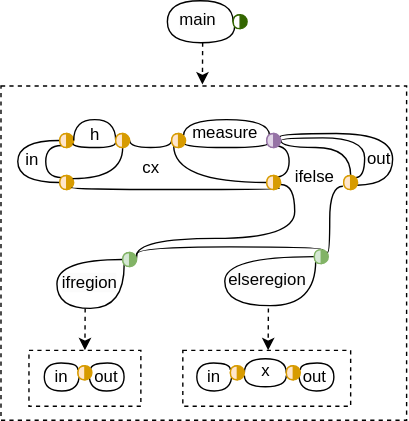
lmondada/dphil-thesis keeps this draw.io diagram as assets/svg/minir-graph-2.svg. Above is the earlier version. Source tidied: cells renumbered, new cells last; positions are measured from the earlier drawing's top-left corner, leaving out a move shared by most shapes.
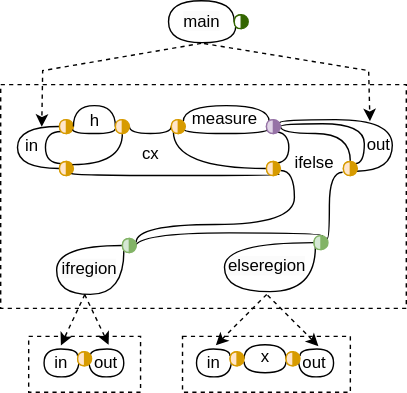
After the change.

Diff of the diagram source:
```diff
@@ -54,7 +54,7 @@
       <mxGeometry x="52" y="81" width="30" height="30" as="geometry" />
     </mxCell>
     <mxCell id="13" style="rounded=0;whiteSpace=wrap;html=1;fillColor=none;dashed=1;" parent="1" vertex="1">
-      <mxGeometry y="61" width="290" height="239" as="geometry" />
+      <mxGeometry y="70" width="290" height="160" as="geometry" />
     </mxCell>
     <mxCell id="14" style="ellipse;whiteSpace=wrap;html=1;fillColor=#D79B00;strokeColor=#d79b00;" parent="1" vertex="1">
       <mxGeometry x="42" y="95" width="10" height="10" as="geometry" />
@@ -247,29 +247,29 @@
         </Array>
       </mxGeometry>
     </mxCell>
-    <mxCell id="41" style="edgeStyle=orthogonalEdgeStyle;rounded=0;orthogonalLoop=1;jettySize=auto;html=1;exitX=0.5;exitY=1;exitDx=0;exitDy=0;dashed=1;" parent="1" edge="1">
+    <mxCell id="41" style="rounded=0;jettySize=auto;html=1;exitX=0.5;exitY=1;exitDx=0;exitDy=0;dashed=1;entryX=0.501;entryY=0.082;entryDx=0;entryDy=0;entryPerimeter=0;" parent="1" edge="1" target="8">
       <mxGeometry relative="1" as="geometry">
         <mxPoint x="60.2" y="220" as="sourcePoint" />
-        <mxPoint x="60" y="250" as="targetPoint" />
       </mxGeometry>
     </mxCell>
     <mxCell id="42" value="&lt;span style=&quot;color: rgb(0, 0, 0); font-family: Helvetica; font-size: 12px; font-style: normal; font-variant-ligatures: normal; font-variant-caps: normal; font-weight: 400; letter-spacing: normal; orphans: 2; text-align: center; text-indent: 0px; text-transform: none; widows: 2; word-spacing: 0px; -webkit-text-stroke-width: 0px; white-space: normal; background-color: rgb(251, 251, 251); text-decoration-thickness: initial; text-decoration-style: initial; text-decoration-color: initial; float: none; display: inline !important;&quot;&gt;main&lt;/span&gt;" style="text;whiteSpace=wrap;html=1;" parent="1" vertex="1">
-      <mxGeometry x="126" width="50" height="30" as="geometry" />
+      <mxGeometry x="129" y="11" width="50" height="30" as="geometry" />
     </mxCell>
     <mxCell id="43" style="endArrow=none;html=1;rounded=0;edgeStyle=orthogonalEdgeStyle;curved=1;exitX=1;exitY=0.5;exitDx=0;exitDy=0;exitPerimeter=0;entryX=0.784;entryY=0.835;entryDx=0;entryDy=0;entryPerimeter=0;" parent="1" edge="1" source="55" target="55">
       <mxGeometry relative="1" as="geometry">
         <Array as="points">
-          <mxPoint x="166" />
-          <mxPoint x="119" />
-          <mxPoint x="119" y="30" />
-          <mxPoint x="167" y="30" />
+          <mxPoint x="167" y="10" />
+          <mxPoint x="120" y="10" />
+          <mxPoint x="120" y="40" />
+          <mxPoint x="168" y="40" />
         </Array>
       </mxGeometry>
     </mxCell>
-    <mxCell id="44" style="edgeStyle=orthogonalEdgeStyle;rounded=0;orthogonalLoop=1;jettySize=auto;html=1;exitX=0.5;exitY=1;exitDx=0;exitDy=0;dashed=1;" parent="1" edge="1">
+    <mxCell id="44" style="rounded=0;jettySize=auto;html=1;exitX=0.286;exitY=0.984;exitDx=0;exitDy=0;dashed=1;entryX=0.745;entryY=0.037;entryDx=0;entryDy=0;entryPerimeter=0;exitPerimeter=0;" parent="1" edge="1" source="42" target="18">
       <mxGeometry relative="1" as="geometry">
-        <mxPoint x="144.2" y="30" as="sourcePoint" />
-        <mxPoint x="144" y="60" as="targetPoint" />
+        <Array as="points">
+          <mxPoint x="30" y="60" />
+        </Array>
       </mxGeometry>
     </mxCell>
     <mxCell id="45" style="ellipse;whiteSpace=wrap;html=1;fillColor=#D79B00;strokeColor=#D79B00;" parent="1" vertex="1">
@@ -328,17 +328,17 @@
         </Array>
       </mxGeometry>
     </mxCell>
-    <mxCell id="53" style="edgeStyle=orthogonalEdgeStyle;rounded=0;orthogonalLoop=1;jettySize=auto;html=1;exitX=0.5;exitY=1;exitDx=0;exitDy=0;dashed=1;" parent="1" edge="1">
+    <mxCell id="53" style="rounded=0;orthogonalLoop=1;jettySize=auto;html=1;exitX=0.5;exitY=1;exitDx=0;exitDy=0;dashed=1;entryX=0.594;entryY=0.081;entryDx=0;entryDy=0;entryPerimeter=0;" parent="1" edge="1">
       <mxGeometry relative="1" as="geometry">
-        <mxPoint x="191.2" y="220" as="sourcePoint" />
-        <mxPoint x="191" y="250" as="targetPoint" />
+        <mxPoint x="190.2" y="220" as="sourcePoint" />
+        <mxPoint x="153.8" y="256.4" as="targetPoint" />
       </mxGeometry>
     </mxCell>
     <mxCell id="54" style="ellipse;whiteSpace=wrap;html=1;fillColor=#336600;strokeColor=#336600;" parent="1" vertex="1">
-      <mxGeometry x="166" y="10" width="10" height="10" as="geometry" />
+      <mxGeometry x="167" y="20" width="10" height="10" as="geometry" />
     </mxCell>
     <mxCell id="55" style="shape=or;whiteSpace=wrap;html=1;flipH=1;strokeColor=#336600;" parent="1" vertex="1">
-      <mxGeometry x="166" y="10" width="5" height="10" as="geometry" />
+      <mxGeometry x="167" y="20" width="5" height="10" as="geometry" />
     </mxCell>
     <mxCell id="56" style="ellipse;whiteSpace=wrap;html=1;fillColor=#D79B00;strokeColor=#d79b00;" parent="1" vertex="1">
       <mxGeometry x="190" y="125" width="10" height="10" as="geometry" />
@@ -394,5 +394,24 @@
     <mxCell id="73" style="shape=or;whiteSpace=wrap;html=1;flipH=1;fillColor=#d5e8d4;strokeColor=#82b366;" parent="1" vertex="1">
       <mxGeometry x="224" y="178" width="5" height="10" as="geometry" />
     </mxCell>
+    <mxCell id="74" style="rounded=0;jettySize=auto;html=1;exitX=0.328;exitY=0.988;exitDx=0;exitDy=0;dashed=1;entryX=0.35;entryY=-0.061;entryDx=0;entryDy=0;entryPerimeter=0;exitPerimeter=0;" parent="1" edge="1" source="42" target="30">
+      <mxGeometry relative="1" as="geometry">
+        <Array as="points">
+          <mxPoint x="263.1" y="60" />
+        </Array>
+      </mxGeometry>
+    </mxCell>
+    <mxCell id="75" style="rounded=0;orthogonalLoop=1;jettySize=auto;html=1;exitX=0.5;exitY=1;exitDx=0;exitDy=0;dashed=1;entryX=0.501;entryY=0.082;entryDx=0;entryDy=0;entryPerimeter=0;" parent="1" edge="1">
+      <mxGeometry relative="1" as="geometry">
+        <mxPoint x="60" y="220" as="sourcePoint" />
+        <mxPoint x="77.2" y="256" as="targetPoint" />
+      </mxGeometry>
+    </mxCell>
+    <mxCell id="76" style="rounded=0;orthogonalLoop=1;jettySize=auto;html=1;exitX=0.5;exitY=1;exitDx=0;exitDy=0;dashed=1;entryX=0.594;entryY=0.081;entryDx=0;entryDy=0;entryPerimeter=0;" parent="1" edge="1">
+      <mxGeometry relative="1" as="geometry">
+        <mxPoint x="190.8" y="220.6" as="sourcePoint" />
+        <mxPoint x="227.2" y="257" as="targetPoint" />
+      </mxGeometry>
+    </mxCell>
   </root>
 </mxGraphModel>
```
